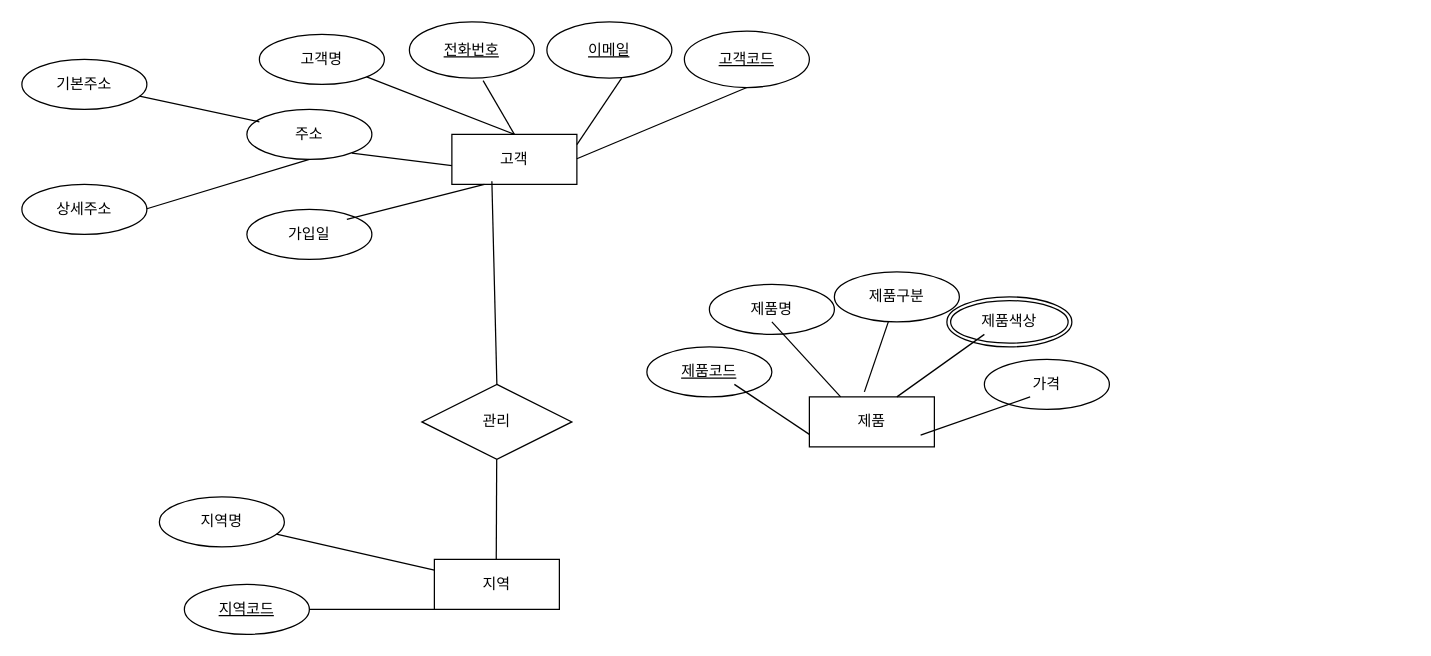
Above: 제목 없는 다이어그램.drawio in ei1111/erd (draw.io), before the change. Source tidied: cells renumbered, new cells numbered last; positions are measured from the earlier drawing's top-left corner, leaving out a move shared by most shapes. Both pictures are drawn from the tidied source at 125%, with x=0, y=0 at pixel (21, 21).
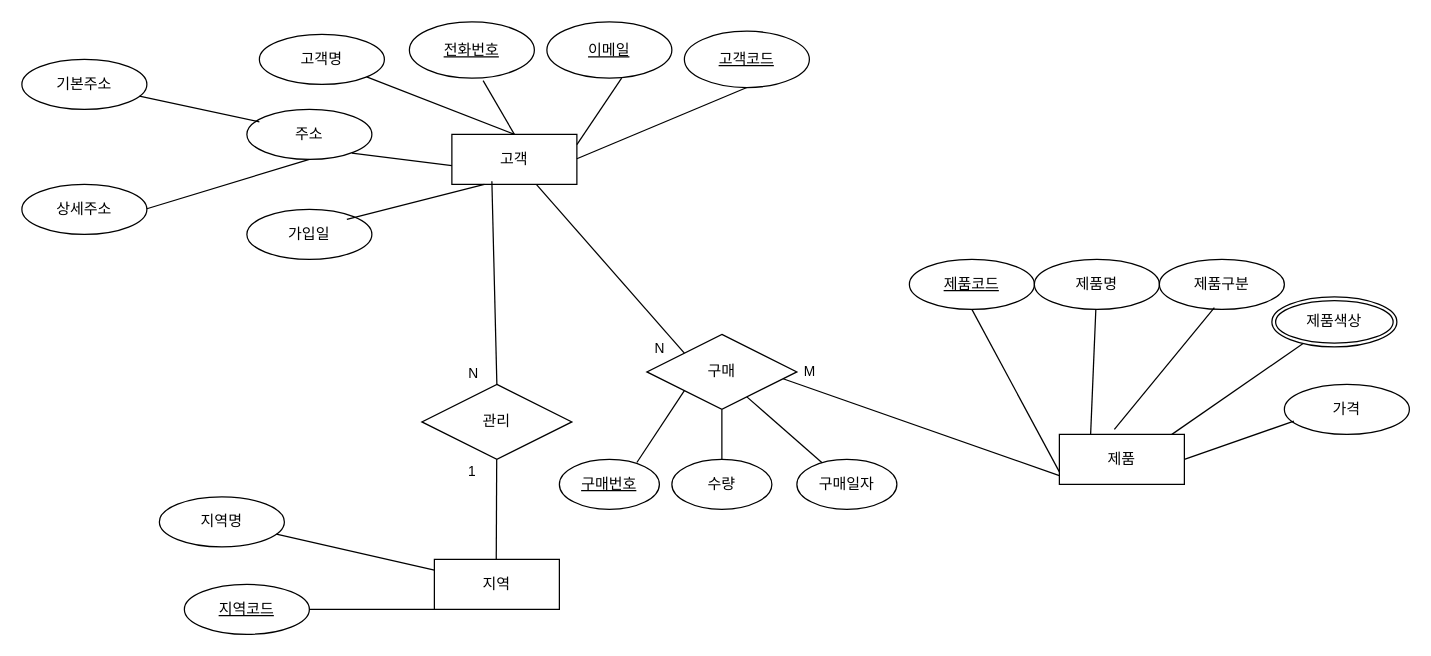
Above is the later version.

Commit message:
제목 없는 다이어그램.drawio 업데이트

Unchanged cells that the change refers to:
```xml
<mxCell id="2" value="고객" style="whiteSpace=wrap;html=1;align=center;" parent="1" vertex="1">
  <mxGeometry x="344" y="90" width="100" height="40" as="geometry" />
</mxCell>
<mxCell id="36" style="endArrow=none;html=1;rounded=0;entryX=0.5;entryY=0;entryDx=0;entryDy=0;exitX=0.32;exitY=0.938;exitDx=0;exitDy=0;exitPerimeter=0;" parent="1" edge="1" source="2" target="34">
  <mxGeometry relative="1" as="geometry" />
</mxCell>
<mxCell id="37" style="endArrow=none;html=1;rounded=0;" parent="1" edge="1" source="34">
  <mxGeometry relative="1" as="geometry">
    <mxPoint x="379.5" y="430" as="targetPoint" />
  </mxGeometry>
</mxCell>
```

What changed in the source:
```diff
@@
     <mxCell id="23" value="제품" style="whiteSpace=wrap;html=1;align=center;" parent="1" vertex="1">
-      <mxGeometry x="630" y="300" width="100" height="40" as="geometry" />
+      <mxGeometry x="830" y="330" width="100" height="40" as="geometry" />
     </mxCell>
     <mxCell id="24" value="제품코드" style="ellipse;whiteSpace=wrap;html=1;align=center;fontStyle=4;" parent="1" vertex="1">
-      <mxGeometry x="500" y="260" width="100" height="40" as="geometry" />
+      <mxGeometry x="710" y="190" width="100" height="40" as="geometry" />
     </mxCell>
     <mxCell id="25" value="제품명" style="ellipse;whiteSpace=wrap;html=1;align=center;" parent="1" vertex="1">
-      <mxGeometry x="550" y="210" width="100" height="40" as="geometry" />
+      <mxGeometry x="810" y="190" width="100" height="40" as="geometry" />
     </mxCell>
     <mxCell id="26" value="제품구분" style="ellipse;whiteSpace=wrap;html=1;align=center;" parent="1" vertex="1">
-      <mxGeometry x="650" y="200" width="100" height="40" as="geometry" />
+      <mxGeometry x="910" y="190" width="100" height="40" as="geometry" />
     </mxCell>
     <mxCell id="27" value="제품색상" style="ellipse;shape=doubleEllipse;margin=3;whiteSpace=wrap;html=1;align=center;" parent="1" vertex="1">
-      <mxGeometry x="740" y="220" width="100" height="40" as="geometry" />
+      <mxGeometry x="1000" y="220" width="100" height="40" as="geometry" />
     </mxCell>
     <mxCell id="28" value="가격" style="ellipse;whiteSpace=wrap;html=1;align=center;" parent="1" vertex="1">
-      <mxGeometry x="770" y="270" width="100" height="40" as="geometry" />
+      <mxGeometry x="1010" y="290" width="100" height="40" as="geometry" />
     </mxCell>
-    <mxCell id="29" style="endArrow=none;html=1;rounded=0;entryX=0;entryY=0.75;entryDx=0;entryDy=0;" parent="1" edge="1" target="23">
-      <mxGeometry relative="1" as="geometry">
-        <mxPoint x="570" y="290" as="sourcePoint" />
-      </mxGeometry>
+    <mxCell id="29" style="endArrow=none;html=1;rounded=0;entryX=0;entryY=0.75;entryDx=0;entryDy=0;exitX=0.5;exitY=1;exitDx=0;exitDy=0;" parent="1" edge="1" source="24" target="23">
+      <mxGeometry relative="1" as="geometry" />
     </mxCell>
-    <mxCell id="30" style="endArrow=none;html=1;rounded=0;entryX=0.25;entryY=0;entryDx=0;entryDy=0;" parent="1" edge="1" target="23">
-      <mxGeometry relative="1" as="geometry">
-        <mxPoint x="600" y="240" as="sourcePoint" />
-      </mxGeometry>
+    <mxCell id="30" style="endArrow=none;html=1;rounded=0;entryX=0.25;entryY=0;entryDx=0;entryDy=0;" parent="1" edge="1" source="25" target="23">
+      <mxGeometry relative="1" as="geometry" />
     </mxCell>
-    <mxCell id="31" style="endArrow=none;html=1;rounded=0;exitX=0.44;exitY=-0.1;exitDx=0;exitDy=0;exitPerimeter=0;" parent="1" edge="1" source="23" target="26">
+    <mxCell id="31" style="endArrow=none;html=1;rounded=0;exitX=0.44;exitY=-0.1;exitDx=0;exitDy=0;exitPerimeter=0;entryX=0.44;entryY=0.963;entryDx=0;entryDy=0;entryPerimeter=0;" parent="1" edge="1" source="23" target="26">
       <mxGeometry relative="1" as="geometry" />
     </mxCell>
-    <mxCell id="32" style="endArrow=none;html=1;rounded=0;" parent="1" edge="1">
+    <mxCell id="32" style="endArrow=none;html=1;rounded=0;" parent="1" edge="1" target="27">
       <mxGeometry relative="1" as="geometry">
-        <mxPoint x="700" y="300" as="sourcePoint" />
-        <mxPoint x="770" y="250" as="targetPoint" />
+        <mxPoint x="920" y="330" as="sourcePoint" />
       </mxGeometry>
     </mxCell>
     <mxCell id="33" style="endArrow=none;html=1;rounded=0;entryX=0;entryY=1;entryDx=0;entryDy=0;" parent="1" edge="1">
       <mxGeometry relative="1" as="geometry">
-        <mxPoint x="719" y="330.6" as="sourcePoint" />
-        <mxPoint x="806.6" y="300" as="targetPoint" />
+        <mxPoint x="930" y="350" as="sourcePoint" />
+        <mxPoint x="1017.6" y="319.4" as="targetPoint" />
       </mxGeometry>
     </mxCell>
@@
+    <mxCell id="38" value="N" style="edgeLabel;html=1;align=center;verticalAlign=middle;" parent="36" vertex="1">
+      <mxGeometry x="0.58" y="4" relative="1" as="geometry">
+        <mxPoint x="-23" y="25" as="offset" />
+      </mxGeometry>
+    </mxCell>
@@
+    <mxCell id="39" value="1" style="edgeLabel;html=1;align=center;verticalAlign=middle;" parent="37" vertex="1">
+      <mxGeometry x="-0.71" y="-3" relative="1" as="geometry">
+        <mxPoint x="-17" y="-2" as="offset" />
+      </mxGeometry>
+    </mxCell>
+    <mxCell id="40" value="구매" style="shape=rhombus;perimeter=rhombusPerimeter;whiteSpace=wrap;html=1;align=center;" parent="1" vertex="1">
+      <mxGeometry x="500" y="250" width="120" height="60" as="geometry" />
+    </mxCell>
+    <mxCell id="41" value="구매번호" style="ellipse;whiteSpace=wrap;html=1;align=center;fontStyle=4;" parent="1" vertex="1">
+      <mxGeometry x="430" y="350" width="80" height="40" as="geometry" />
+    </mxCell>
+    <mxCell id="42" value="수량" style="ellipse;whiteSpace=wrap;html=1;align=center;" parent="1" vertex="1">
+      <mxGeometry x="520" y="350" width="80" height="40" as="geometry" />
+    </mxCell>
+    <mxCell id="43" value="구매일자" style="ellipse;whiteSpace=wrap;html=1;align=center;" parent="1" vertex="1">
+      <mxGeometry x="620" y="350" width="80" height="40" as="geometry" />
+    </mxCell>
+    <mxCell id="44" style="endArrow=none;html=1;rounded=0;entryX=0.775;entryY=0.063;entryDx=0;entryDy=0;entryPerimeter=0;exitX=0;exitY=1;exitDx=0;exitDy=0;" parent="1" edge="1" source="40" target="41">
+      <mxGeometry relative="1" as="geometry" />
+    </mxCell>
+    <mxCell id="45" style="endArrow=none;html=1;rounded=0;" parent="1" edge="1" source="40" target="42">
+      <mxGeometry relative="1" as="geometry" />
+    </mxCell>
+    <mxCell id="46" style="endArrow=none;html=1;rounded=0;" parent="1" edge="1" target="43">
+      <mxGeometry relative="1" as="geometry">
+        <mxPoint x="580" y="300" as="sourcePoint" />
+      </mxGeometry>
+    </mxCell>
+    <mxCell id="47" style="endArrow=none;html=1;rounded=0;entryX=0;entryY=0;entryDx=0;entryDy=0;" parent="1" edge="1" source="2" target="40">
+      <mxGeometry relative="1" as="geometry" />
+    </mxCell>
+    <mxCell id="48" value="N" style="edgeLabel;html=1;align=center;verticalAlign=middle;" parent="47" vertex="1">
+      <mxGeometry x="0.43" y="-3" relative="1" as="geometry">
+        <mxPoint x="16" y="32" as="offset" />
+      </mxGeometry>
+    </mxCell>
+    <mxCell id="49" style="endArrow=none;html=1;rounded=0;exitX=0.908;exitY=0.592;exitDx=0;exitDy=0;exitPerimeter=0;" parent="1" edge="1" source="40">
+      <mxGeometry relative="1" as="geometry">
+        <mxPoint x="830" y="363" as="targetPoint" />
+      </mxGeometry>
+    </mxCell>
+    <mxCell id="50" value="M" style="edgeLabel;html=1;align=center;verticalAlign=middle;" parent="49" vertex="1">
+      <mxGeometry x="0.26" y="4" relative="1" as="geometry">
+        <mxPoint x="-120" y="-51" as="offset" />
+      </mxGeometry>
+    </mxCell>
```
